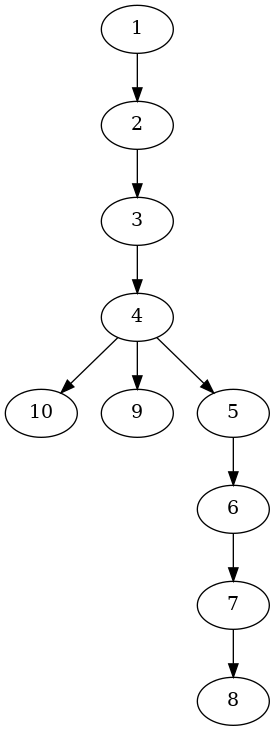
This is graphs/N-DIGaPJD2.gv.png from NurElHuda/P2P, a Graphviz export, as it was before one commit. Its source is kept beside it as graphs/N-DIGaPJD2.gv.
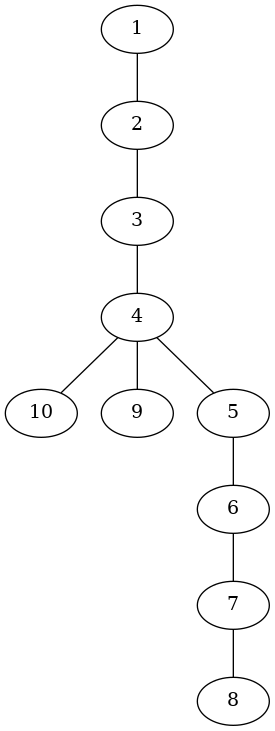
After the commit.

Commit message:
* feat: return graph as JSON GRAPH FORMAT

What changed in the source:
```diff
@@ -1,21 +1,21 @@
-digraph "N-DIGaPJD2" {
+graph "N-DIGaPJD2" {
 	10
-	4 -> 10
+	4 -- 10
 	9
-	4 -> 9
+	4 -- 9
 	8
-	7 -> 8
+	7 -- 8
 	7
-	6 -> 7
+	6 -- 7
 	6
-	5 -> 6
+	5 -- 6
 	5
-	4 -> 5
+	4 -- 5
 	4
-	3 -> 4
+	3 -- 4
 	3
-	2 -> 3
+	2 -- 3
 	2
-	1 -> 2
+	1 -- 2
 	1
 }
```
